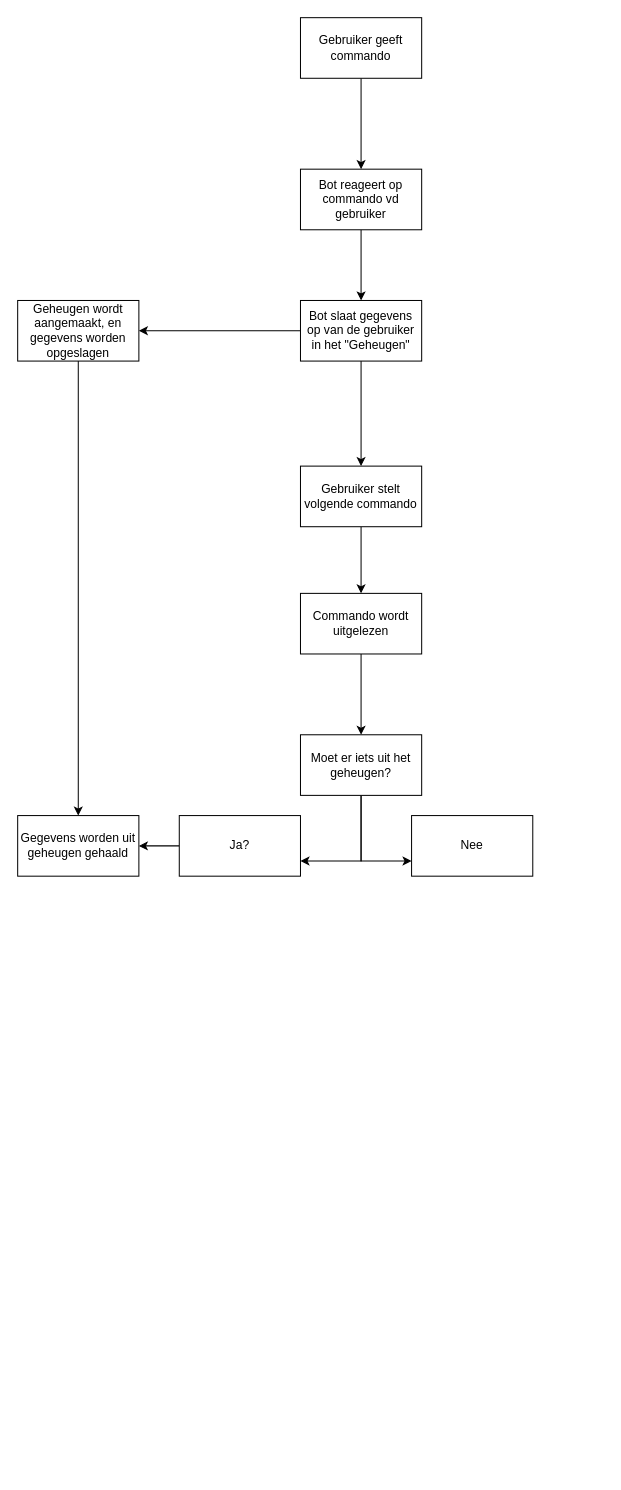
dennis5132/Chatbot keeps this draw.io diagram as Activity diagram/Activity diagram Chatbot.drawio. Above is the earlier version. Source tidied: cells renumbered, new cells numbered last; positions are measured from the earlier drawing's top-left corner, leaving out a move shared by most shapes. Both pictures are drawn from the tidied source at 101%, with x=0, y=0 at pixel (17, 17).
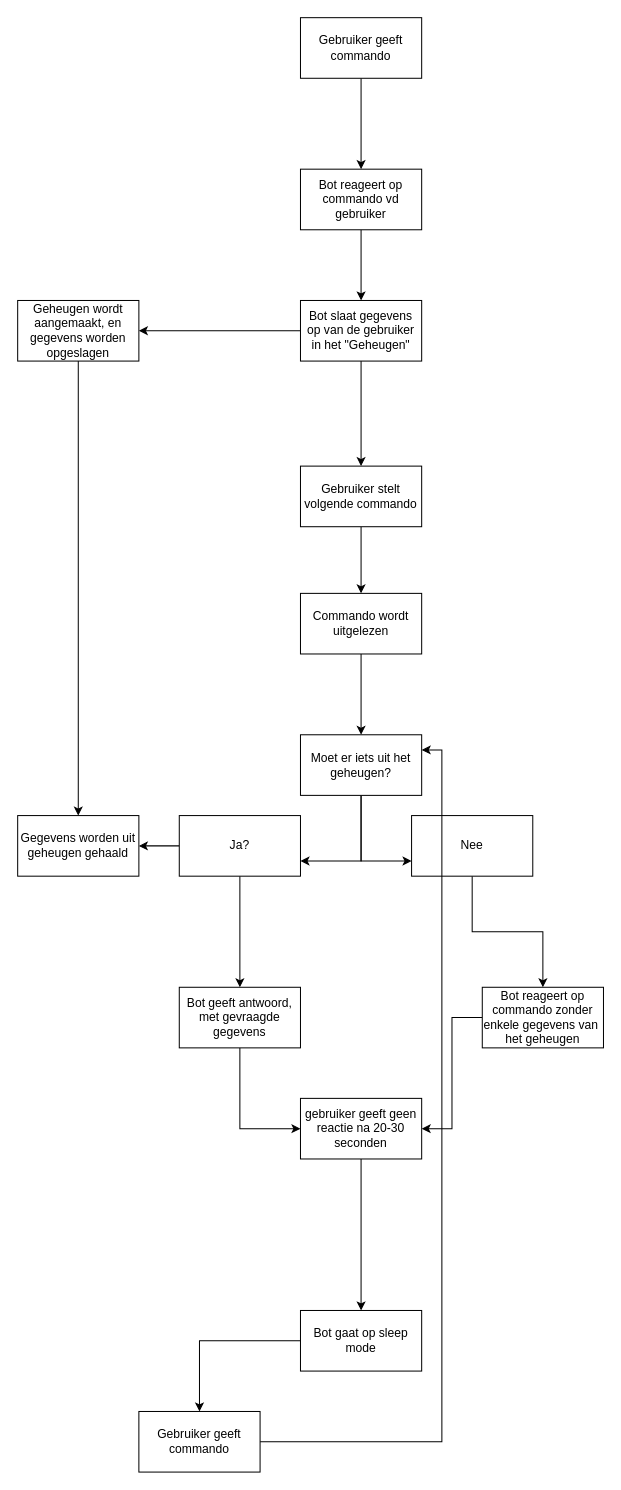
The same page after the edit.

Commit message:
Activity diagram is af!!

The change refers to these unchanged cells:
```xml
<mxCell id="17" value="Moet er iets uit het geheugen?" style="rounded=0;whiteSpace=wrap;html=1;" parent="1" vertex="1">
  <mxGeometry x="280" y="710" width="120" height="60" as="geometry" />
</mxCell>
<mxCell id="19" value="Ja?" style="rounded=0;whiteSpace=wrap;html=1;" parent="1" vertex="1">
  <mxGeometry x="160" y="790" width="120" height="60" as="geometry" />
</mxCell>
<mxCell id="20" value="Nee" style="rounded=0;whiteSpace=wrap;html=1;" parent="1" vertex="1">
  <mxGeometry x="390" y="790" width="120" height="60" as="geometry" />
</mxCell>
```

The edit, as a diff of the source:
```diff
@@
+    <mxCell id="22" style="edgeStyle=orthogonalEdgeStyle;rounded=0;jettySize=auto;html=1;" parent="1" edge="1" source="19" target="25">
+      <mxGeometry relative="1" as="geometry" />
+    </mxCell>
@@
+    <mxCell id="23" style="edgeStyle=orthogonalEdgeStyle;rounded=0;jettySize=auto;html=1;" parent="1" edge="1" source="20" target="27">
+      <mxGeometry relative="1" as="geometry" />
+    </mxCell>
@@
+    <mxCell id="24" style="edgeStyle=orthogonalEdgeStyle;rounded=0;jettySize=auto;html=1;entryX=0;entryY=0.5;entryDx=0;entryDy=0;" parent="1" edge="1" source="25" target="29">
+      <mxGeometry relative="1" as="geometry" />
+    </mxCell>
+    <mxCell id="25" value="Bot geeft antwoord, met gevraagde gegevens" style="rounded=0;whiteSpace=wrap;html=1;" parent="1" vertex="1">
+      <mxGeometry x="160" y="960" width="120" height="60" as="geometry" />
+    </mxCell>
+    <mxCell id="26" style="edgeStyle=orthogonalEdgeStyle;rounded=0;jettySize=auto;html=1;entryX=1;entryY=0.5;entryDx=0;entryDy=0;" parent="1" edge="1" source="27" target="29">
+      <mxGeometry relative="1" as="geometry" />
+    </mxCell>
+    <mxCell id="27" value="Bot reageert op commando zonder enkele gegevens van&amp;nbsp;&lt;div&gt;het geheugen&lt;/div&gt;" style="rounded=0;whiteSpace=wrap;html=1;" parent="1" vertex="1">
+      <mxGeometry x="460" y="960" width="120" height="60" as="geometry" />
+    </mxCell>
+    <mxCell id="28" style="edgeStyle=orthogonalEdgeStyle;rounded=0;jettySize=auto;html=1;entryX=0.5;entryY=0;entryDx=0;entryDy=0;" parent="1" edge="1" source="29" target="31">
+      <mxGeometry relative="1" as="geometry" />
+    </mxCell>
+    <mxCell id="29" value="gebruiker geeft geen reactie na 20-30 seconden" style="rounded=0;whiteSpace=wrap;html=1;" parent="1" vertex="1">
+      <mxGeometry x="280" y="1070" width="120" height="60" as="geometry" />
+    </mxCell>
+    <mxCell id="30" style="edgeStyle=orthogonalEdgeStyle;rounded=0;jettySize=auto;html=1;" parent="1" edge="1" source="31" target="33">
+      <mxGeometry relative="1" as="geometry" />
+    </mxCell>
+    <mxCell id="31" value="Bot gaat op sleep mode" style="rounded=0;whiteSpace=wrap;html=1;" parent="1" vertex="1">
+      <mxGeometry x="280" y="1280" width="120" height="60" as="geometry" />
+    </mxCell>
+    <mxCell id="32" style="edgeStyle=orthogonalEdgeStyle;rounded=0;jettySize=auto;html=1;entryX=1;entryY=0.25;entryDx=0;entryDy=0;" parent="1" edge="1" source="33" target="17">
+      <mxGeometry relative="1" as="geometry" />
+    </mxCell>
+    <mxCell id="33" value="Gebruiker geeft commando" style="rounded=0;whiteSpace=wrap;html=1;" parent="1" vertex="1">
+      <mxGeometry x="120" y="1380" width="120" height="60" as="geometry" />
+    </mxCell>
```
